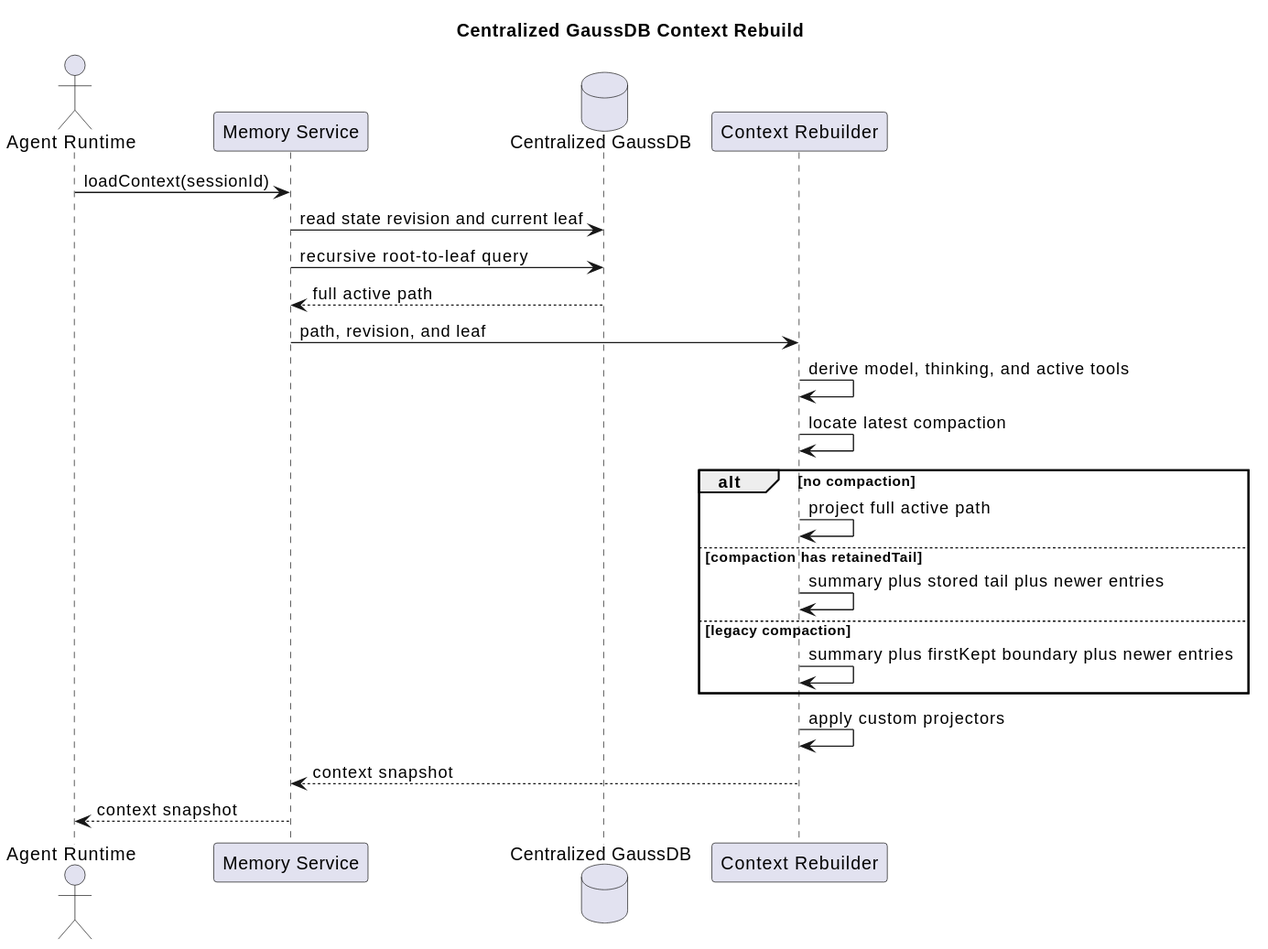
Above: diagrams/memory/memory-context-rebuild.svg in superheromeZzh/pi-mono-java-design (PlantUML), before the change.
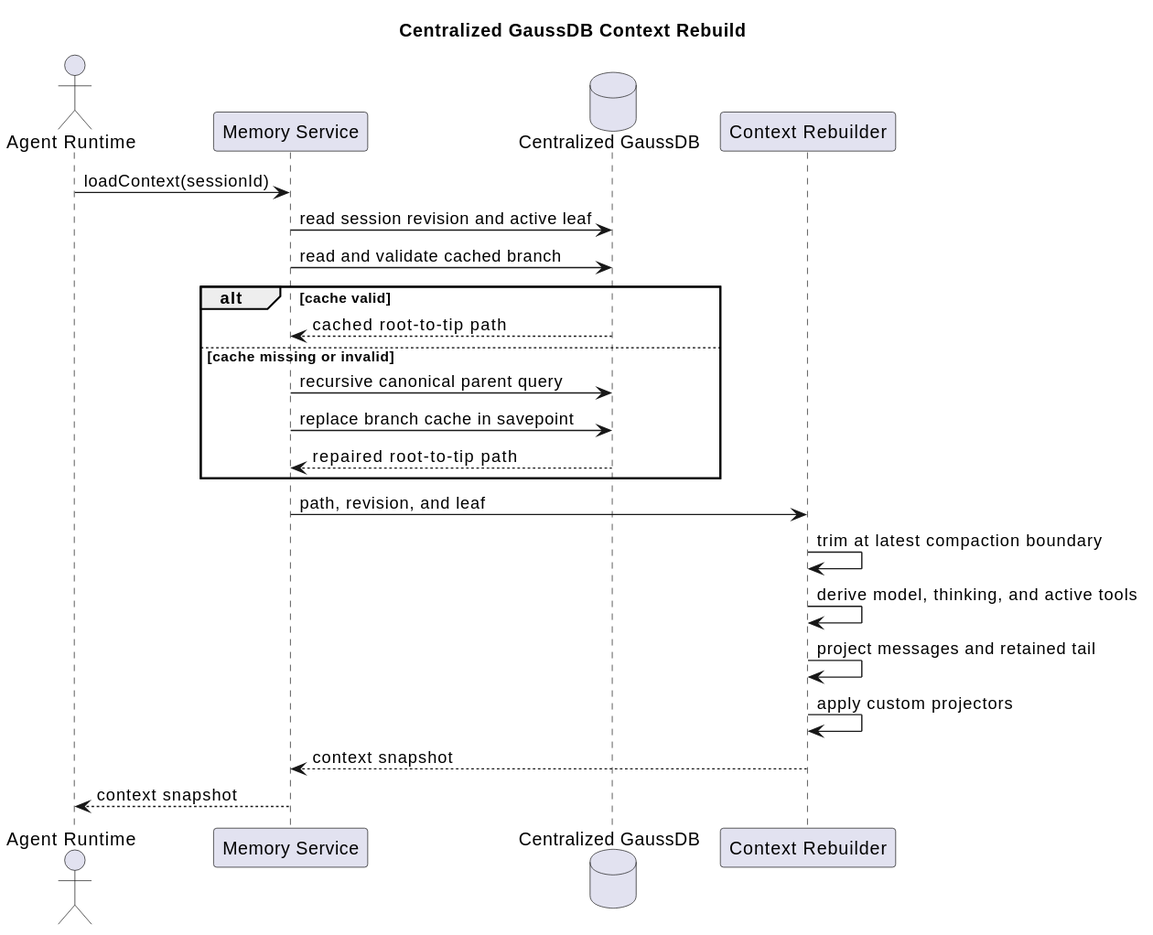
Above is the later version.

Commit message:
docs(memory): align GaussDB design with SQLite

What changed in the source:
```diff
@@ -1,5 +1,6 @@
 @startuml
 title Centralized GaussDB Context Rebuild
+skinparam backgroundColor #FFFFFF
 
 
 actor "Agent Runtime" as runtime
@@ -8,19 +9,19 @@
 participant "Context Rebuilder" as rebuild
 
 runtime -> memory : loadContext(sessionId)
-memory -> db : read state revision and current leaf
-memory -> db : recursive root-to-leaf query
-db --> memory : full active path
+memory -> db : read session revision and active leaf
+memory -> db : read and validate cached branch
+alt cache valid
+  db --> memory : cached root-to-tip path
+else cache missing or invalid
+  memory -> db : recursive canonical parent query
+  memory -> db : replace branch cache in savepoint
+  db --> memory : repaired root-to-tip path
+end
 memory -> rebuild : path, revision, and leaf
+rebuild -> rebuild : trim at latest compaction boundary
 rebuild -> rebuild : derive model, thinking, and active tools
-rebuild -> rebuild : locate latest compaction
-alt no compaction
-  rebuild -> rebuild : project full active path
-else compaction has retainedTail
-  rebuild -> rebuild : summary plus stored tail plus newer entries
-else legacy compaction
-  rebuild -> rebuild : summary plus firstKept boundary plus newer entries
-end
+rebuild -> rebuild : project messages and retained tail
 rebuild -> rebuild : apply custom projectors
 rebuild --> memory : context snapshot
 memory --> runtime : context snapshot
```
